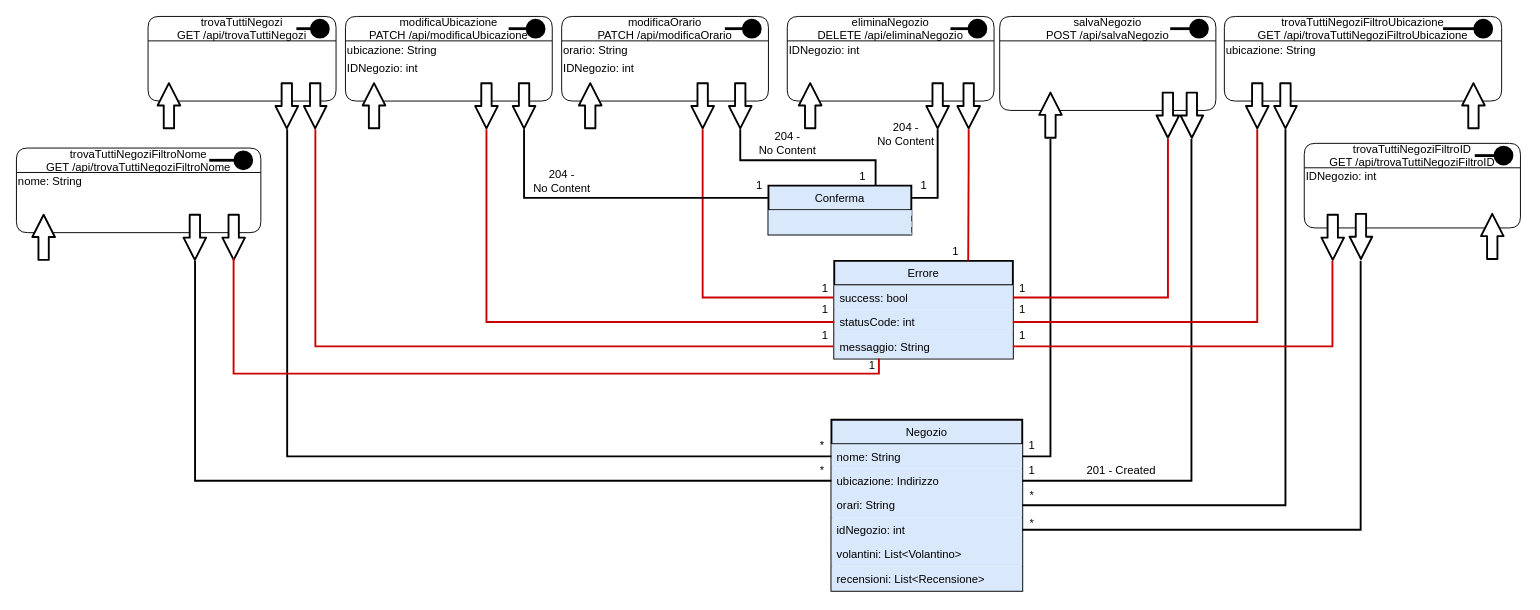
Above: UML/Diagramma Risorse/Diagramma Risorse Negozio.drawio in G15-UniTN/iSpesa (draw.io), before the change. Source tidied: cells renumbered, new cells numbered last; positions are measured from the earlier drawing's top-left corner, leaving out a move shared by most shapes. Both pictures are drawn from the tidied source at 94%, with x=0, y=0 at pixel (16, 16).
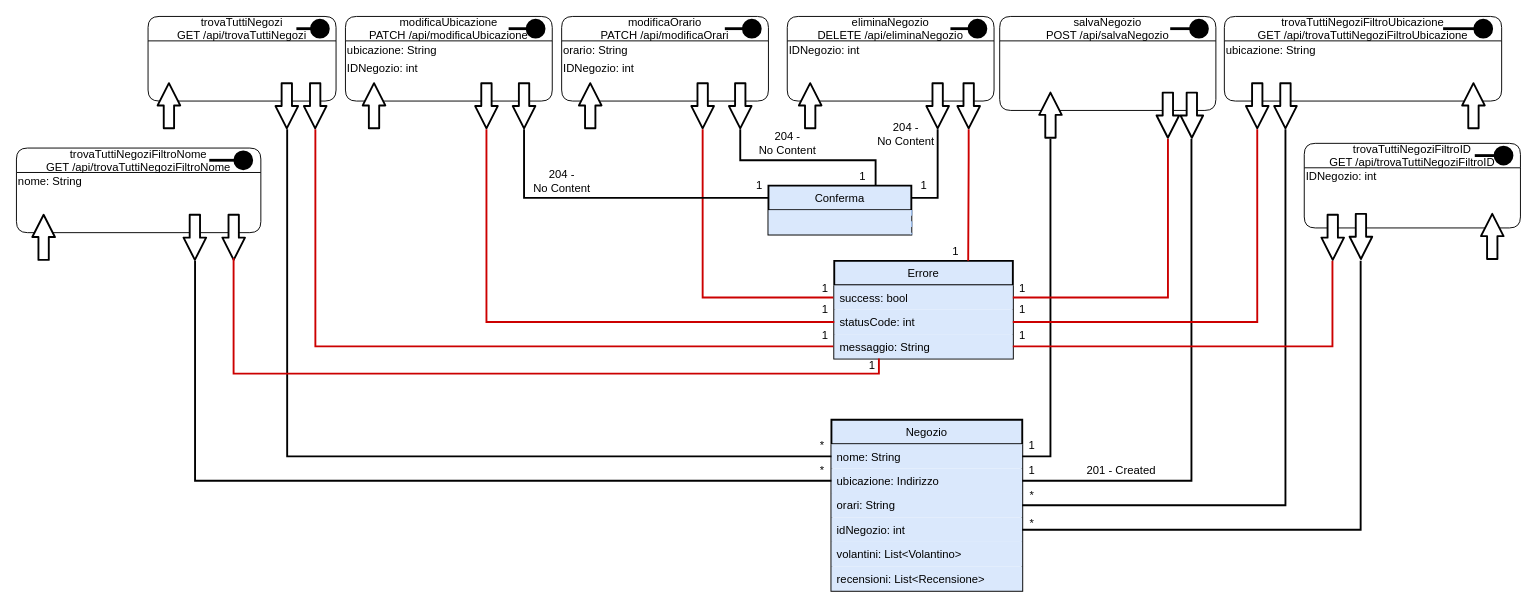
The same diagram, later.

The change refers to these unchanged cells:
```xml
<mxCell id="40" style="group;" parent="1" vertex="1">
  <mxGeometry x="580" width="220" height="120" as="geometry" />
</mxCell>
```

Diff of the diagram source:
```diff
@@
-    <mxCell id="41" value="modificaOrario&#10;PATCH /api/modificaOrario" style="swimlane;fontStyle=0;horizontal=1;startSize=26;fillColor=none;rounded=1;" parent="40" vertex="1">
+    <mxCell id="41" value="modificaOrario&#10;PATCH /api/modificaOrari" style="swimlane;fontStyle=0;horizontal=1;startSize=26;fillColor=none;rounded=1;" parent="40" vertex="1">
       <mxGeometry width="220" height="90" as="geometry" />
     </mxCell>
```
